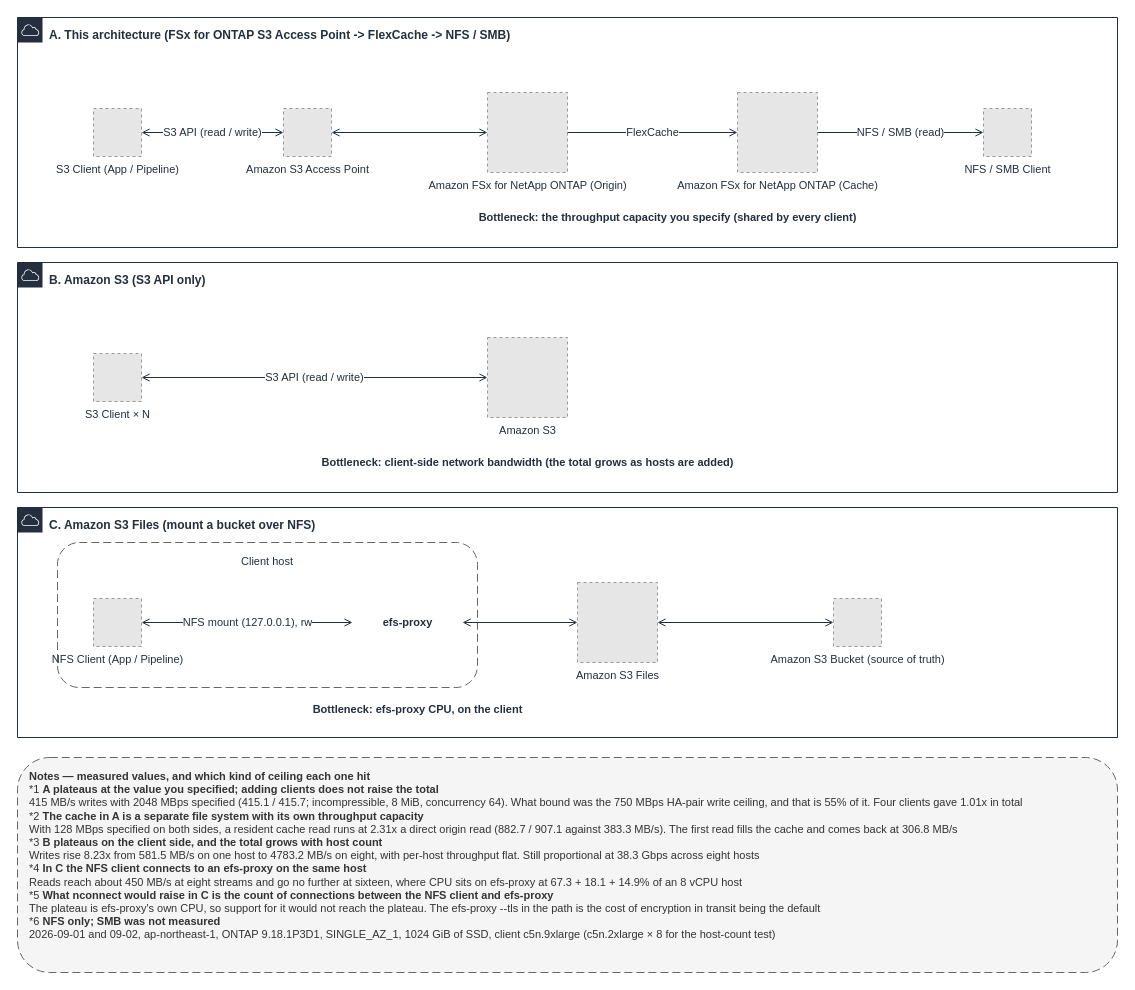
Above: docs/_assets/diagrams/s3burst-throughput-bottlenecks-en.drawio in Yoshiki0705/S3-Burst-on-ONTAP-Files (draw.io), before the change. Source tidied: cells renumbered, new cells numbered last; positions are measured from the earlier drawing's top-left corner, leaving out a move shared by most shapes. Both pictures are drawn from the tidied source at 100%, with x=0, y=0 at pixel (17, 17). Pictures stored in the file or linked from it are replaced by grey dashed boxes.
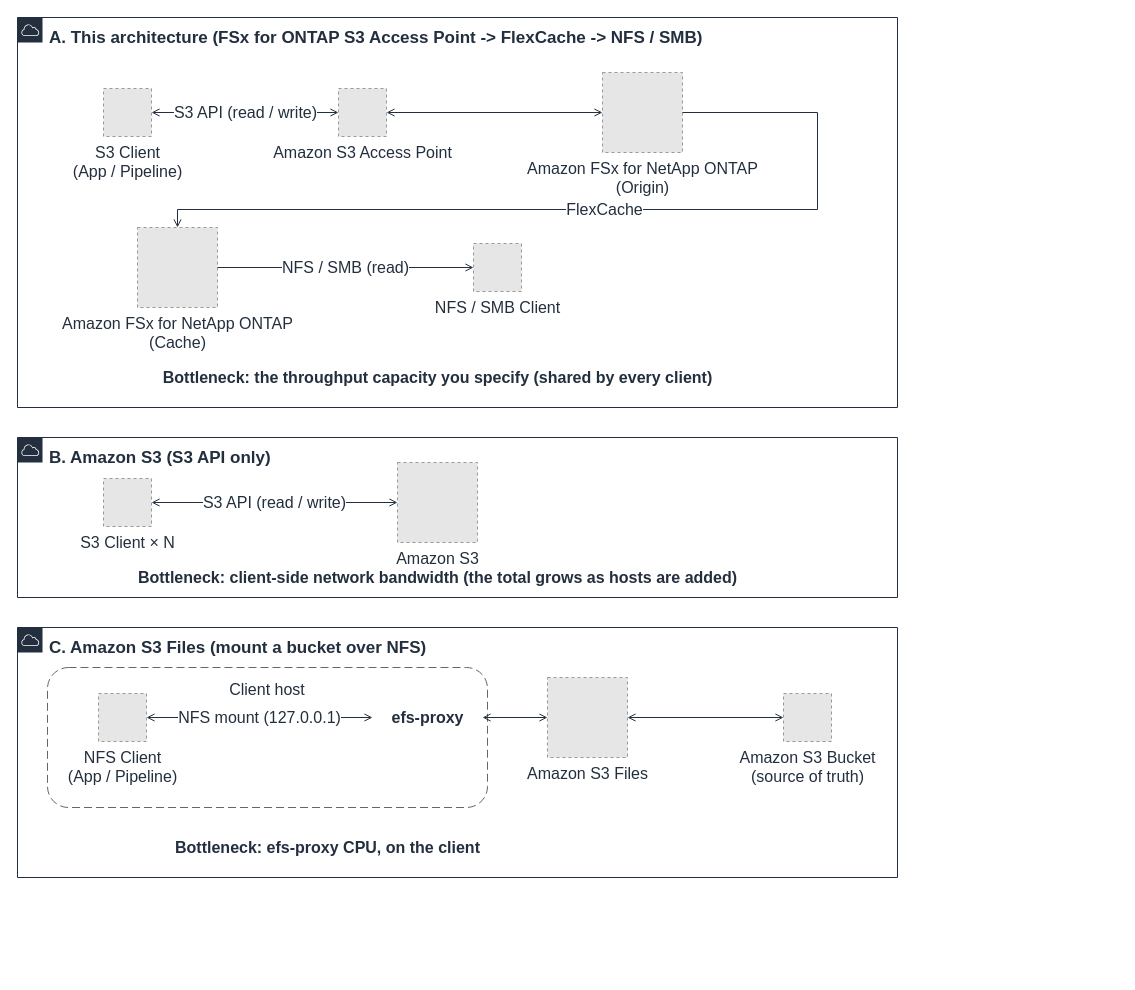
Above is the later version.

What changed in the source:
```diff
@@
-    <mxCell id="2" value="A. This architecture (FSx for ONTAP S3 Access Point -&gt; FlexCache -&gt; NFS / SMB)" style="gradientColor=none;html=1;whiteSpace=wrap;fontSize=12;fontStyle=1;fontColor=#232F3E;shape=mxgraph.aws4.group;grIcon=mxgraph.aws4.group_aws_cloud;strokeColor=#232F3E;fillColor=none;verticalAlign=top;align=left;spacingLeft=30;spacingTop=4;dashed=0;" parent="1" vertex="1">
-      <mxGeometry width="1100" height="230" as="geometry" />
+    <mxCell id="2" value="A. This architecture (FSx for ONTAP S3 Access Point -&gt; FlexCache -&gt; NFS / SMB)" style="gradientColor=none;html=1;whiteSpace=wrap;fontSize=17;fontStyle=1;fontColor=#232F3E;shape=mxgraph.aws4.group;grIcon=mxgraph.aws4.group_aws_cloud;strokeColor=#232F3E;fillColor=none;verticalAlign=top;align=left;spacingLeft=30;spacingTop=4;dashed=0;" parent="1" vertex="1">
+      <mxGeometry width="880" height="390" as="geometry" />
     </mxCell>
-    <mxCell id="3" value="B. Amazon S3 (S3 API only)" style="gradientColor=none;html=1;whiteSpace=wrap;fontSize=12;fontStyle=1;fontColor=#232F3E;shape=mxgraph.aws4.group;grIcon=mxgraph.aws4.group_aws_cloud;strokeColor=#232F3E;fillColor=none;verticalAlign=top;align=left;spacingLeft=30;spacingTop=4;dashed=0;" parent="1" vertex="1">
-      <mxGeometry y="245" width="1100" height="230" as="geometry" />
+    <mxCell id="3" value="B. Amazon S3 (S3 API only)" style="gradientColor=none;html=1;whiteSpace=wrap;fontSize=17;fontStyle=1;fontColor=#232F3E;shape=mxgraph.aws4.group;grIcon=mxgraph.aws4.group_aws_cloud;strokeColor=#232F3E;fillColor=none;verticalAlign=top;align=left;spacingLeft=30;spacingTop=4;dashed=0;" parent="1" vertex="1">
+      <mxGeometry y="420" width="880" height="160" as="geometry" />
     </mxCell>
-    <mxCell id="4" value="C. Amazon S3 Files (mount a bucket over NFS)" style="gradientColor=none;html=1;whiteSpace=wrap;fontSize=12;fontStyle=1;fontColor=#232F3E;shape=mxgraph.aws4.group;grIcon=mxgraph.aws4.group_aws_cloud;strokeColor=#232F3E;fillColor=none;verticalAlign=top;align=left;spacingLeft=30;spacingTop=4;dashed=0;" parent="1" vertex="1">
-      <mxGeometry y="490" width="1100" height="230" as="geometry" />
+    <mxCell id="4" value="C. Amazon S3 Files (mount a bucket over NFS)" style="gradientColor=none;html=1;whiteSpace=wrap;fontSize=17;fontStyle=1;fontColor=#232F3E;shape=mxgraph.aws4.group;grIcon=mxgraph.aws4.group_aws_cloud;strokeColor=#232F3E;fillColor=none;verticalAlign=top;align=left;spacingLeft=30;spacingTop=4;dashed=0;" parent="1" vertex="1">
+      <mxGeometry y="610" width="880" height="250" as="geometry" />
     </mxCell>
-    <mxCell id="5" value="Client host" style="rounded=1;whiteSpace=wrap;html=1;dashed=1;dashPattern=8 4;strokeColor=#666666;fillColor=none;fontColor=#232F3E;fontSize=11;verticalAlign=top;align=center;spacingTop=6;" parent="1" vertex="1">
-      <mxGeometry x="40" y="525" width="420" height="145" as="geometry" />
+    <mxCell id="5" value="Client host" style="rounded=1;whiteSpace=wrap;html=1;dashed=1;dashPattern=8 4;strokeColor=#666666;fillColor=none;fontColor=#232F3E;fontSize=16;verticalAlign=top;align=center;spacingTop=6;" parent="1" vertex="1">
+      <mxGeometry x="30" y="650" width="440" height="140" as="geometry" />
     </mxCell>
-    <mxCell id="6" value="Bottleneck: the throughput capacity you specify (shared by every client)" style="text;html=1;strokeColor=none;fillColor=none;align=center;verticalAlign=middle;fontSize=11;fontStyle=1;fontColor=#232F3E;" parent="1" vertex="1">
-      <mxGeometry x="340" y="190" width="620" height="20" as="geometry" />
+    <mxCell id="6" value="Bottleneck: the throughput capacity you specify (shared by every client)" style="text;html=1;strokeColor=none;fillColor=none;align=center;verticalAlign=middle;fontSize=16;fontStyle=1;fontColor=#232F3E;" parent="1" vertex="1">
+      <mxGeometry x="110" y="350" width="620" height="20" as="geometry" />
     </mxCell>
-    <mxCell id="7" value="Bottleneck: client-side network bandwidth (the total grows as hosts are added)" style="text;html=1;strokeColor=none;fillColor=none;align=center;verticalAlign=middle;fontSize=11;fontStyle=1;fontColor=#232F3E;" parent="1" vertex="1">
-      <mxGeometry x="160" y="435" width="700" height="20" as="geometry" />
+    <mxCell id="7" value="Bottleneck: client-side network bandwidth (the total grows as hosts are added)" style="text;html=1;strokeColor=none;fillColor=none;align=center;verticalAlign=middle;fontSize=16;fontStyle=1;fontColor=#232F3E;" parent="1" vertex="1">
+      <mxGeometry x="70" y="550" width="700" height="20" as="geometry" />
     </mxCell>
-    <mxCell id="8" value="Bottleneck: efs-proxy CPU, on the client" style="text;html=1;strokeColor=none;fillColor=none;align=center;verticalAlign=middle;fontSize=11;fontStyle=1;fontColor=#232F3E;" parent="1" vertex="1">
-      <mxGeometry x="160" y="682" width="480" height="20" as="geometry" />
+    <mxCell id="8" value="Bottleneck: efs-proxy CPU, on the client" style="text;html=1;strokeColor=none;fillColor=none;align=center;verticalAlign=middle;fontSize=16;fontStyle=1;fontColor=#232F3E;" parent="1" vertex="1">
+      <mxGeometry x="70" y="820" width="480" height="20" as="geometry" />
     </mxCell>
-    <mxCell id="9" value="efs-proxy" style="text;html=1;strokeColor=none;fillColor=none;align=center;verticalAlign=middle;fontSize=11;fontStyle=1;fontColor=#232F3E;" parent="1" vertex="1">
-      <mxGeometry x="335" y="585" width="110" height="40" as="geometry" />
+    <mxCell id="9" value="efs-proxy" style="text;html=1;strokeColor=none;fillColor=none;align=center;verticalAlign=middle;fontSize=16;fontStyle=1;fontColor=#232F3E;" parent="1" vertex="1">
+      <mxGeometry x="355" y="680" width="110" height="40" as="geometry" />
     </mxCell>
-    <mxCell id="10" value="S3 Client (App / Pipeline)" style="fillColor=#E6E6E6;strokeColor=#999999;dashed=1;html=1;verticalLabelPosition=bottom;verticalAlign=top;labelPosition=center;align=center;fontSize=11;fontColor=#232F3E;" parent="1" vertex="1">
-      <mxGeometry x="76" y="91" width="48" height="48" as="geometry" />
+    <mxCell id="10" value="S3 Client&#10;(App / Pipeline)" style="fillColor=#E6E6E6;strokeColor=#999999;dashed=1;html=1;verticalLabelPosition=bottom;verticalAlign=top;labelPosition=center;align=center;fontSize=16;fontColor=#232F3E;" parent="1" vertex="1">
+      <mxGeometry x="86" y="71" width="48" height="48" as="geometry" />
     </mxCell>
-    <mxCell id="11" value="Amazon S3 Access Point" style="fillColor=#E6E6E6;strokeColor=#999999;dashed=1;html=1;verticalLabelPosition=bottom;verticalAlign=top;labelPosition=center;align=center;fontSize=11;fontColor=#232F3E;" parent="1" vertex="1">
-      <mxGeometry x="266" y="91" width="48" height="48" as="geometry" />
+    <mxCell id="11" value="Amazon S3 Access Point" style="fillColor=#E6E6E6;strokeColor=#999999;dashed=1;html=1;verticalLabelPosition=bottom;verticalAlign=top;labelPosition=center;align=center;fontSize=16;fontColor=#232F3E;" parent="1" vertex="1">
+      <mxGeometry x="321" y="71" width="48" height="48" as="geometry" />
     </mxCell>
-    <mxCell id="12" value="Amazon FSx for NetApp ONTAP (Origin)" style="fillColor=#E6E6E6;strokeColor=#999999;dashed=1;html=1;verticalLabelPosition=bottom;verticalAlign=top;labelPosition=center;align=center;fontSize=11;fontColor=#232F3E;" parent="1" vertex="1">
-      <mxGeometry x="470" y="75" width="80" height="80" as="geometry" />
+    <mxCell id="12" value="Amazon FSx for NetApp ONTAP&#10;(Origin)" style="fillColor=#E6E6E6;strokeColor=#999999;dashed=1;html=1;verticalLabelPosition=bottom;verticalAlign=top;labelPosition=center;align=center;fontSize=16;fontColor=#232F3E;" parent="1" vertex="1">
+      <mxGeometry x="585" y="55" width="80" height="80" as="geometry" />
     </mxCell>
-    <mxCell id="13" value="Amazon FSx for NetApp ONTAP (Cache)" style="fillColor=#E6E6E6;strokeColor=#999999;dashed=1;html=1;verticalLabelPosition=bottom;verticalAlign=top;labelPosition=center;align=center;fontSize=11;fontColor=#232F3E;" parent="1" vertex="1">
-      <mxGeometry x="720" y="75" width="80" height="80" as="geometry" />
+    <mxCell id="13" value="Amazon FSx for NetApp ONTAP&#10;(Cache)" style="fillColor=#E6E6E6;strokeColor=#999999;dashed=1;html=1;verticalLabelPosition=bottom;verticalAlign=top;labelPosition=center;align=center;fontSize=16;fontColor=#232F3E;" parent="1" vertex="1">
+      <mxGeometry x="120" y="210" width="80" height="80" as="geometry" />
     </mxCell>
-    <mxCell id="14" value="NFS / SMB Client" style="fillColor=#E6E6E6;strokeColor=#999999;dashed=1;html=1;verticalLabelPosition=bottom;verticalAlign=top;labelPosition=center;align=center;fontSize=11;fontColor=#232F3E;" parent="1" vertex="1">
-      <mxGeometry x="966" y="91" width="48" height="48" as="geometry" />
+    <mxCell id="14" value="NFS / SMB Client" style="fillColor=#E6E6E6;strokeColor=#999999;dashed=1;html=1;verticalLabelPosition=bottom;verticalAlign=top;labelPosition=center;align=center;fontSize=16;fontColor=#232F3E;" parent="1" vertex="1">
+      <mxGeometry x="456" y="226" width="48" height="48" as="geometry" />
     </mxCell>
-    <mxCell id="15" value="S3 Client × N" style="fillColor=#E6E6E6;strokeColor=#999999;dashed=1;html=1;verticalLabelPosition=bottom;verticalAlign=top;labelPosition=center;align=center;fontSize=11;fontColor=#232F3E;" parent="1" vertex="1">
-      <mxGeometry x="76" y="336" width="48" height="48" as="geometry" />
+    <mxCell id="15" value="S3 Client × N" style="fillColor=#E6E6E6;strokeColor=#999999;dashed=1;html=1;verticalLabelPosition=bottom;verticalAlign=top;labelPosition=center;align=center;fontSize=16;fontColor=#232F3E;" parent="1" vertex="1">
+      <mxGeometry x="86" y="461" width="48" height="48" as="geometry" />
     </mxCell>
-    <mxCell id="16" value="Amazon S3" style="fillColor=#E6E6E6;strokeColor=#999999;dashed=1;html=1;verticalLabelPosition=bottom;verticalAlign=top;labelPosition=center;align=center;fontSize=11;fontColor=#232F3E;" parent="1" vertex="1">
-      <mxGeometry x="470" y="320" width="80" height="80" as="geometry" />
+    <mxCell id="16" value="Amazon S3" style="fillColor=#E6E6E6;strokeColor=#999999;dashed=1;html=1;verticalLabelPosition=bottom;verticalAlign=top;labelPosition=center;align=center;fontSize=16;fontColor=#232F3E;" parent="1" vertex="1">
+      <mxGeometry x="380" y="445" width="80" height="80" as="geometry" />
     </mxCell>
-    <mxCell id="17" value="NFS Client (App / Pipeline)" style="fillColor=#E6E6E6;strokeColor=#999999;dashed=1;html=1;verticalLabelPosition=bottom;verticalAlign=top;labelPosition=center;align=center;fontSize=11;fontColor=#232F3E;" parent="1" vertex="1">
-      <mxGeometry x="76" y="581" width="48" height="48" as="geometry" />
+    <mxCell id="17" value="NFS Client&#10;(App / Pipeline)" style="fillColor=#E6E6E6;strokeColor=#999999;dashed=1;html=1;verticalLabelPosition=bottom;verticalAlign=top;labelPosition=center;align=center;fontSize=16;fontColor=#232F3E;" parent="1" vertex="1">
+      <mxGeometry x="81" y="676" width="48" height="48" as="geometry" />
     </mxCell>
-    <mxCell id="18" value="Amazon S3 Files" style="fillColor=#E6E6E6;strokeColor=#999999;dashed=1;html=1;verticalLabelPosition=bottom;verticalAlign=top;labelPosition=center;align=center;fontSize=11;fontColor=#232F3E;" parent="1" vertex="1">
-      <mxGeometry x="560" y="565" width="80" height="80" as="geometry" />
+    <mxCell id="18" value="Amazon S3 Files" style="fillColor=#E6E6E6;strokeColor=#999999;dashed=1;html=1;verticalLabelPosition=bottom;verticalAlign=top;labelPosition=center;align=center;fontSize=16;fontColor=#232F3E;" parent="1" vertex="1">
+      <mxGeometry x="530" y="660" width="80" height="80" as="geometry" />
     </mxCell>
-    <mxCell id="19" value="Amazon S3 Bucket (source of truth)" style="fillColor=#E6E6E6;strokeColor=#999999;dashed=1;html=1;verticalLabelPosition=bottom;verticalAlign=top;labelPosition=center;align=center;fontSize=11;fontColor=#232F3E;" parent="1" vertex="1">
-      <mxGeometry x="816" y="581" width="48" height="48" as="geometry" />
+    <mxCell id="19" value="Amazon S3 Bucket&#10;(source of truth)" style="fillColor=#E6E6E6;strokeColor=#999999;dashed=1;html=1;verticalLabelPosition=bottom;verticalAlign=top;labelPosition=center;align=center;fontSize=16;fontColor=#232F3E;" parent="1" vertex="1">
+      <mxGeometry x="766" y="676" width="48" height="48" as="geometry" />
     </mxCell>
-    <mxCell id="20" value="S3 API (read / write)" style="edgeStyle=orthogonalEdgeStyle;rounded=0;html=1;endArrow=open;endFill=0;strokeColor=#232F3E;strokeWidth=1;fontSize=11;fontColor=#232F3E;startArrow=open;startFill=0;" parent="1" edge="1" source="10" target="11">
+    <mxCell id="20" value="S3 API (read / write)" style="edgeStyle=orthogonalEdgeStyle;rounded=0;html=1;endArrow=open;endFill=0;strokeColor=#232F3E;strokeWidth=1;fontSize=16;fontColor=#232F3E;startArrow=open;startFill=0;" parent="1" edge="1" source="10" target="11">
       <mxGeometry relative="1" as="geometry" />
     </mxCell>
-    <mxCell id="21" style="edgeStyle=orthogonalEdgeStyle;rounded=0;html=1;endArrow=open;endFill=0;strokeColor=#232F3E;strokeWidth=1;fontSize=11;fontColor=#232F3E;startArrow=open;startFill=0;" parent="1" edge="1" source="11" target="12">
+    <mxCell id="21" style="edgeStyle=orthogonalEdgeStyle;rounded=0;html=1;endArrow=open;endFill=0;strokeColor=#232F3E;strokeWidth=1;fontSize=16;fontColor=#232F3E;startArrow=open;startFill=0;" parent="1" edge="1" source="11" target="12">
       <mxGeometry relative="1" as="geometry" />
     </mxCell>
-    <mxCell id="22" value="FlexCache" style="edgeStyle=orthogonalEdgeStyle;rounded=0;html=1;endArrow=open;endFill=0;strokeColor=#232F3E;strokeWidth=1;fontSize=11;fontColor=#232F3E;" parent="1" edge="1" source="12" target="13">
-      <mxGeometry relative="1" as="geometry" />
+    <mxCell id="22" value="FlexCache" style="edgeStyle=orthogonalEdgeStyle;rounded=0;html=1;endArrow=open;endFill=0;strokeColor=#232F3E;strokeWidth=1;fontSize=16;fontColor=#232F3E;exitX=1;exitY=0.5;exitDx=0;exitDy=0;entryX=0.5;entryY=0;entryDx=0;entryDy=0;" parent="1" edge="1" source="12" target="13">
+      <mxGeometry relative="1" as="geometry">
+        <Array as="points">
+          <mxPoint x="800" y="95" />
+          <mxPoint x="800" y="192" />
+          <mxPoint x="160" y="192" />
+        </Array>
+      </mxGeometry>
     </mxCell>
-    <mxCell id="23" value="NFS / SMB (read)" style="edgeStyle=orthogonalEdgeStyle;rounded=0;html=1;endArrow=open;endFill=0;strokeColor=#232F3E;strokeWidth=1;fontSize=11;fontColor=#232F3E;" parent="1" edge="1" source="13" target="14">
+    <mxCell id="23" value="NFS / SMB (read)" style="edgeStyle=orthogonalEdgeStyle;rounded=0;html=1;endArrow=open;endFill=0;strokeColor=#232F3E;strokeWidth=1;fontSize=16;fontColor=#232F3E;" parent="1" edge="1" source="13" target="14">
       <mxGeometry relative="1" as="geometry" />
     </mxCell>
-    <mxCell id="24" value="S3 API (read / write)" style="edgeStyle=orthogonalEdgeStyle;rounded=0;html=1;endArrow=open;endFill=0;strokeColor=#232F3E;strokeWidth=1;fontSize=11;fontColor=#232F3E;startArrow=open;startFill=0;" parent="1" edge="1" source="15" target="16">
+    <mxCell id="24" value="S3 API (read / write)" style="edgeStyle=orthogonalEdgeStyle;rounded=0;html=1;endArrow=open;endFill=0;strokeColor=#232F3E;strokeWidth=1;fontSize=16;fontColor=#232F3E;startArrow=open;startFill=0;" parent="1" edge="1" source="15" target="16">
       <mxGeometry relative="1" as="geometry" />
     </mxCell>
-    <mxCell id="25" value="NFS mount (127.0.0.1), rw" style="edgeStyle=orthogonalEdgeStyle;rounded=0;html=1;endArrow=open;endFill=0;strokeColor=#232F3E;strokeWidth=1;fontSize=11;fontColor=#232F3E;startArrow=open;startFill=0;" parent="1" edge="1" source="17" target="9">
+    <mxCell id="25" value="NFS mount (127.0.0.1)" style="edgeStyle=orthogonalEdgeStyle;rounded=0;html=1;endArrow=open;endFill=0;strokeColor=#232F3E;strokeWidth=1;fontSize=16;fontColor=#232F3E;startArrow=open;startFill=0;" parent="1" edge="1" source="17" target="9">
       <mxGeometry relative="1" as="geometry" />
     </mxCell>
-    <mxCell id="26" style="edgeStyle=orthogonalEdgeStyle;rounded=0;html=1;endArrow=open;endFill=0;strokeColor=#232F3E;strokeWidth=1;fontSize=11;fontColor=#232F3E;startArrow=open;startFill=0;" parent="1" edge="1" source="9" target="18">
+    <mxCell id="26" style="edgeStyle=orthogonalEdgeStyle;rounded=0;html=1;endArrow=open;endFill=0;strokeColor=#232F3E;strokeWidth=1;fontSize=16;fontColor=#232F3E;startArrow=open;startFill=0;" parent="1" edge="1" source="9" target="18">
       <mxGeometry relative="1" as="geometry" />
     </mxCell>
-    <mxCell id="27" style="edgeStyle=orthogonalEdgeStyle;rounded=0;html=1;endArrow=open;endFill=0;strokeColor=#232F3E;strokeWidth=1;fontSize=11;fontColor=#232F3E;startArrow=open;startFill=0;" parent="1" edge="1" source="18" target="19">
+    <mxCell id="27" style="edgeStyle=orthogonalEdgeStyle;rounded=0;html=1;endArrow=open;endFill=0;strokeColor=#232F3E;strokeWidth=1;fontSize=16;fontColor=#232F3E;startArrow=open;startFill=0;" parent="1" edge="1" source="18" target="19">
       <mxGeometry relative="1" as="geometry" />
     </mxCell>
-    <mxCell id="28" value="&lt;b&gt;Notes — measured values, and which kind of ceiling each one hit&lt;/b&gt;&lt;br&gt;*1 &lt;b&gt;A plateaus at the value you specified; adding clients does not raise the total&lt;/b&gt;&lt;br&gt;415 MB/s writes with 2048 MBps specified (415.1 / 415.7; incompressible, 8 MiB, concurrency 64). What bound was the 750 MBps HA-pair write ceiling, and that is 55% of it. Four clients gave 1.01x in total&lt;br&gt;*2 &lt;b&gt;The cache in A is a separate file system with its own throughput capacity&lt;/b&gt;&lt;br&gt;With 128 MBps specified on both sides, a resident cache read runs at 2.31x a direct origin read (882.7 / 907.1 against 383.3 MB/s). The first read fills the cache and comes back at 306.8 MB/s&lt;br&gt;*3 &lt;b&gt;B plateaus on the client side, and the total grows with host count&lt;/b&gt;&lt;br&gt;Writes rise 8.23x from 581.5 MB/s on one host to 4783.2 MB/s on eight, with per-host throughput flat. Still proportional at 38.3 Gbps across eight hosts&lt;br&gt;*4 &lt;b&gt;In C the NFS client connects to an efs-proxy on the same host&lt;/b&gt;&lt;br&gt;Reads reach about 450 MB/s at eight streams and go no further at sixteen, where CPU sits on efs-proxy at 67.3 + 18.1 + 14.9% of an 8 vCPU host&lt;br&gt;*5 &lt;b&gt;What nconnect would raise in C is the count of connections between the NFS client and efs-proxy&lt;/b&gt;&lt;br&gt;The plateau is efs-proxy's own CPU, so support for it would not reach the plateau. The efs-proxy --tls in the path is the cost of encryption in transit being the default&lt;br&gt;*6 &lt;b&gt;NFS only; SMB was not measured&lt;/b&gt;&lt;br&gt;2026-09-01 and 09-02, ap-northeast-1, ONTAP 9.18.1P3D1, SINGLE_AZ_1, 1024 GiB of SSD, client c5n.9xlarge (c5n.2xlarge × 8 for the host-count test)" style="rounded=1;whiteSpace=wrap;html=1;dashed=1;dashPattern=8 4;strokeColor=#666666;fillColor=#F5F5F5;fontColor=#333333;fontSize=11;align=left;verticalAlign=top;spacingLeft=10;spacingTop=6;" parent="1" vertex="1">
-      <mxGeometry y="740" width="1100" height="215" as="geometry" />
-    </mxCell>
```
